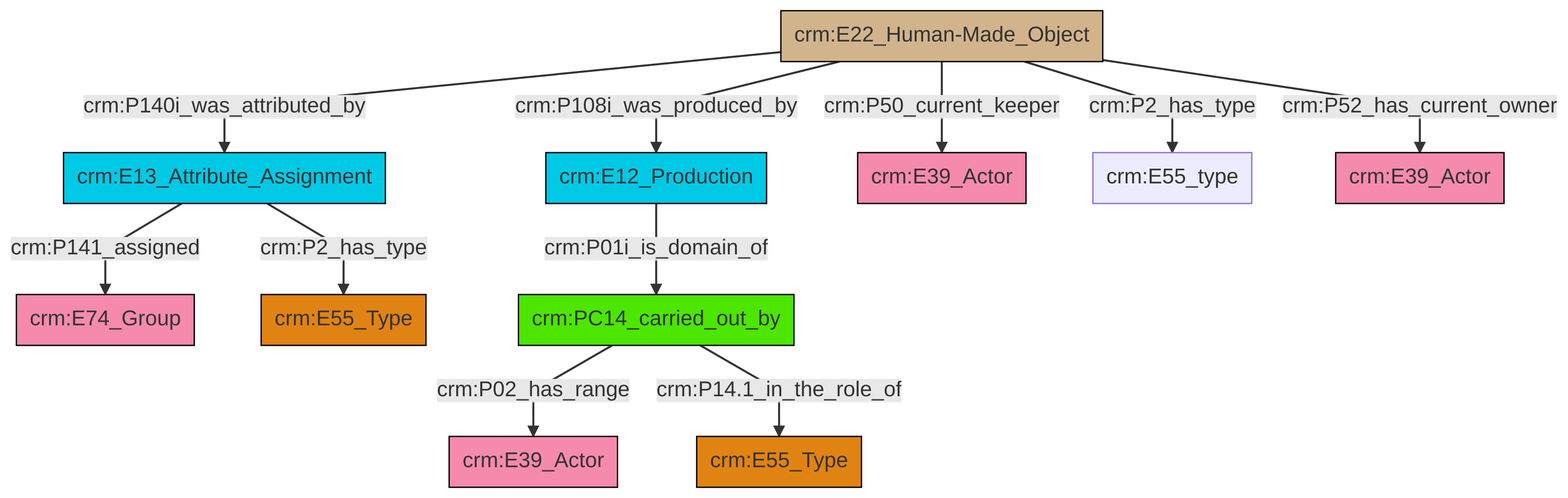
Earlier version of the Mermaid export et/artworkCSV/ttl/mmd/png/Artwork_Actor_Relations.png (swiss-art-research-net/reference-data-models). Its source is kept beside it as et/artworkCSV/ttl/mmd/Artwork_Actor_Relations.ttl.mmd.
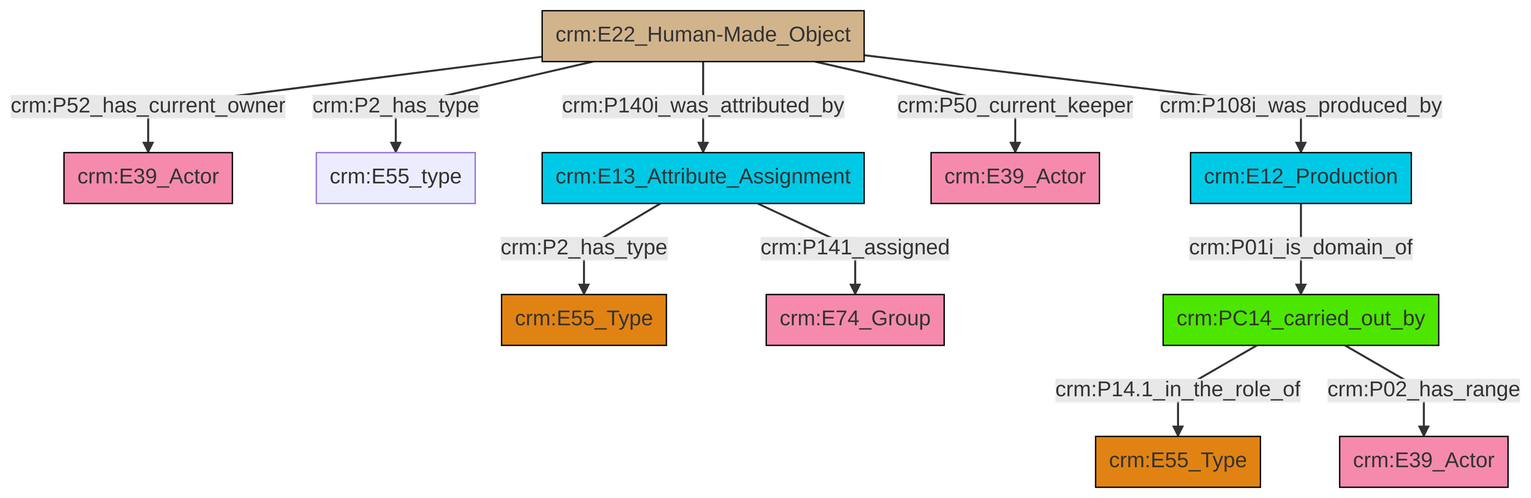
Later version of the same file.

Change to the diagram source:
```diff
@@ -13,13 +13,13 @@
 classDef PC_Classes fill:#4ce600, stroke:#000000;
 classDef Multi fill:#cccccc,stroke:#000000;
 
-6["crm:E22_Human-Made_Object"]:::Physical_Thing -->|crm:P140i_was_attributed_by| 7["crm:E13_Attribute_Assignment"]:::Temporal_Entity
-7["crm:E13_Attribute_Assignment"]:::Temporal_Entity -->|crm:P141_assigned| 0["crm:E74_Group"]:::Actor
-6["crm:E22_Human-Made_Object"]:::Physical_Thing -->|crm:P50_current_keeper| 9["crm:E39_Actor"]:::Actor
-7["crm:E13_Attribute_Assignment"]:::Temporal_Entity -->|crm:P2_has_type| 11["crm:E55_Type"]:::Type
-2["crm:E12_Production"]:::Temporal_Entity -->|crm:P01i_is_domain_of| 13["crm:PC14_carried_out_by"]:::PC_Classes
-13["crm:PC14_carried_out_by"]:::PC_Classes -->|crm:P02_has_range| 14["crm:E39_Actor"]:::Actor
-6["crm:E22_Human-Made_Object"]:::Physical_Thing -->|crm:P2_has_type| 15["crm:E55_type"]:::Default
-6["crm:E22_Human-Made_Object"]:::Physical_Thing -->|crm:P108i_was_produced_by| 2["crm:E12_Production"]:::Temporal_Entity
-6["crm:E22_Human-Made_Object"]:::Physical_Thing -->|crm:P52_has_current_owner| 17["crm:E39_Actor"]:::Actor
-13["crm:PC14_carried_out_by"]:::PC_Classes -->|crm:P14.1_in_the_role_of| 4["crm:E55_Type"]:::Type
+0["crm:E13_Attribute_Assignment"]:::Temporal_Entity -->|crm:P2_has_type| 6["crm:E55_Type"]:::Type
+2["crm:E22_Human-Made_Object"]:::Physical_Thing -->|crm:P52_has_current_owner| 8["crm:E39_Actor"]:::Actor
+2["crm:E22_Human-Made_Object"]:::Physical_Thing -->|crm:P2_has_type| 9["crm:E55_type"]:::Default
+11["crm:PC14_carried_out_by"]:::PC_Classes -->|crm:P14.1_in_the_role_of| 12["crm:E55_Type"]:::Type
+2["crm:E22_Human-Made_Object"]:::Physical_Thing -->|crm:P140i_was_attributed_by| 0["crm:E13_Attribute_Assignment"]:::Temporal_Entity
+2["crm:E22_Human-Made_Object"]:::Physical_Thing -->|crm:P50_current_keeper| 15["crm:E39_Actor"]:::Actor
+18["crm:E12_Production"]:::Temporal_Entity -->|crm:P01i_is_domain_of| 11["crm:PC14_carried_out_by"]:::PC_Classes
+2["crm:E22_Human-Made_Object"]:::Physical_Thing -->|crm:P108i_was_produced_by| 18["crm:E12_Production"]:::Temporal_Entity
+0["crm:E13_Attribute_Assignment"]:::Temporal_Entity -->|crm:P141_assigned| 13["crm:E74_Group"]:::Actor
+11["crm:PC14_carried_out_by"]:::PC_Classes -->|crm:P02_has_range| 4["crm:E39_Actor"]:::Actor
```
